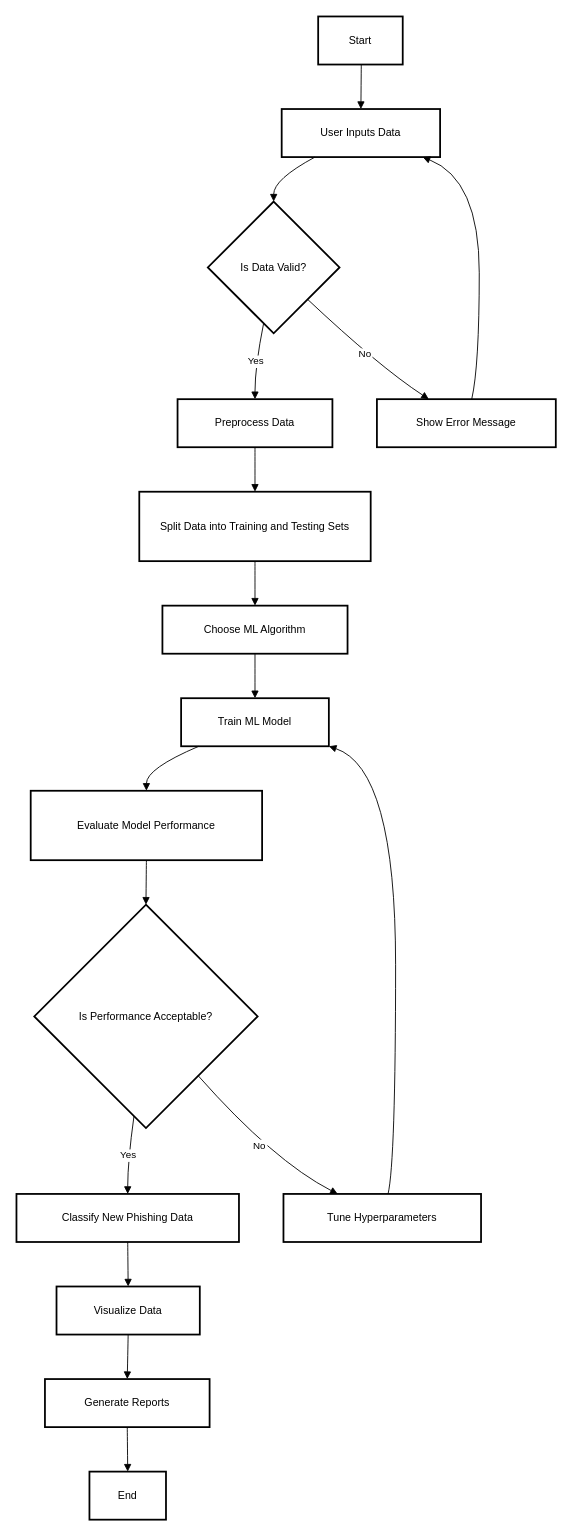
Before: Activity Diagram.drawio in ElyssaR-03/PhishNet, a draw.io diagram. Source tidied: cells renumbered, new cells numbered last; positions are measured from the earlier drawing's top-left corner, leaving out a move shared by most shapes. Both pictures are drawn from the tidied source at 89%, with x=0, y=0 at pixel (16, 16).
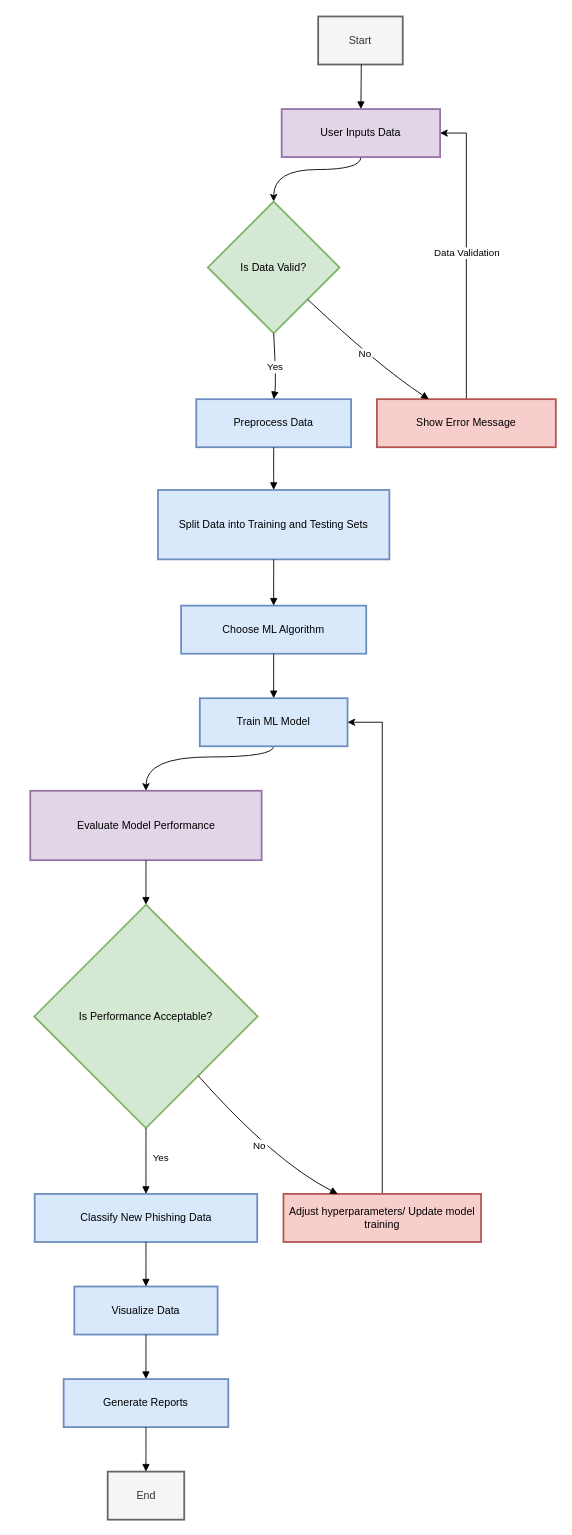
Above is the later version.

What changed in the source:
```diff
@@
-    <mxCell id="2" value="Start" style="whiteSpace=wrap;strokeWidth=2;" parent="1" vertex="1">
+    <mxCell id="2" value="Start" style="whiteSpace=wrap;strokeWidth=2;fillColor=#f5f5f5;fontColor=#333333;strokeColor=#666666;" parent="1" vertex="1">
       <mxGeometry x="339" width="95" height="54" as="geometry" />
     </mxCell>
+    <mxCell id="18" style="edgeStyle=orthogonalEdgeStyle;rounded=0;jettySize=auto;html=1;exitX=0.5;exitY=1;exitDx=0;exitDy=0;entryX=0.5;entryY=0;entryDx=0;entryDy=0;curved=1;" parent="1" edge="1" source="3" target="4">
+      <mxGeometry relative="1" as="geometry">
+        <Array as="points">
+          <mxPoint x="387" y="172" />
+          <mxPoint x="289" y="172" />
+        </Array>
+      </mxGeometry>
+    </mxCell>
-    <mxCell id="3" value="User Inputs Data" style="whiteSpace=wrap;strokeWidth=2;" parent="1" vertex="1">
+    <mxCell id="3" value="User Inputs Data" style="whiteSpace=wrap;strokeWidth=2;fillColor=#e1d5e7;strokeColor=#9673a6;" parent="1" vertex="1">
       <mxGeometry x="298" y="104" width="178" height="54" as="geometry" />
     </mxCell>
-    <mxCell id="4" value="Is Data Valid?" style="rhombus;strokeWidth=2;whiteSpace=wrap;" parent="1" vertex="1">
+    <mxCell id="4" value="Is Data Valid?" style="rhombus;strokeWidth=2;whiteSpace=wrap;fillColor=#d5e8d4;strokeColor=#82b366;" parent="1" vertex="1">
       <mxGeometry x="215" y="208" width="148" height="148" as="geometry" />
     </mxCell>
-    <mxCell id="5" value="Preprocess Data" style="whiteSpace=wrap;strokeWidth=2;" parent="1" vertex="1">
-      <mxGeometry x="181" y="430" width="174" height="54" as="geometry" />
+    <mxCell id="5" value="Preprocess Data" style="whiteSpace=wrap;strokeWidth=2;fillColor=#dae8fc;strokeColor=#6c8ebf;" parent="1" vertex="1">
+      <mxGeometry x="202" y="430" width="174" height="54" as="geometry" />
     </mxCell>
+    <mxCell id="21" value="Data Validation" style="edgeStyle=orthogonalEdgeStyle;rounded=0;jettySize=auto;html=1;exitX=0.5;exitY=0;exitDx=0;exitDy=0;entryX=1;entryY=0.5;entryDx=0;entryDy=0;" parent="1" edge="1" source="6" target="3">
+      <mxGeometry relative="1" as="geometry" />
+    </mxCell>
-    <mxCell id="6" value="Show Error Message" style="whiteSpace=wrap;strokeWidth=2;" parent="1" vertex="1">
+    <mxCell id="6" value="Show Error Message" style="whiteSpace=wrap;strokeWidth=2;fillColor=#f8cecc;strokeColor=#b85450;" parent="1" vertex="1">
       <mxGeometry x="405" y="430" width="201" height="54" as="geometry" />
     </mxCell>
-    <mxCell id="7" value="Split Data into Training and Testing Sets" style="whiteSpace=wrap;strokeWidth=2;" parent="1" vertex="1">
-      <mxGeometry x="138" y="534" width="260" height="78" as="geometry" />
+    <mxCell id="7" value="Split Data into Training and Testing Sets" style="whiteSpace=wrap;strokeWidth=2;fillColor=#dae8fc;strokeColor=#6c8ebf;" parent="1" vertex="1">
+      <mxGeometry x="159" y="532" width="260" height="78" as="geometry" />
     </mxCell>
-    <mxCell id="8" value="Choose ML Algorithm" style="whiteSpace=wrap;strokeWidth=2;" parent="1" vertex="1">
-      <mxGeometry x="164" y="662" width="208" height="54" as="geometry" />
+    <mxCell id="8" value="Choose ML Algorithm" style="whiteSpace=wrap;strokeWidth=2;fillColor=#dae8fc;strokeColor=#6c8ebf;" parent="1" vertex="1">
+      <mxGeometry x="185" y="662" width="208" height="54" as="geometry" />
     </mxCell>
+    <mxCell id="25" style="edgeStyle=orthogonalEdgeStyle;rounded=0;jettySize=auto;html=1;exitX=0.5;exitY=1;exitDx=0;exitDy=0;entryX=0.5;entryY=0;entryDx=0;entryDy=0;curved=1;" parent="1" edge="1" source="9" target="10">
+      <mxGeometry relative="1" as="geometry">
+        <Array as="points">
+          <mxPoint x="289" y="832" />
+          <mxPoint x="146" y="832" />
+        </Array>
+      </mxGeometry>
+    </mxCell>
-    <mxCell id="9" value="Train ML Model" style="whiteSpace=wrap;strokeWidth=2;" parent="1" vertex="1">
-      <mxGeometry x="185" y="766" width="166" height="54" as="geometry" />
+    <mxCell id="9" value="Train ML Model" style="whiteSpace=wrap;strokeWidth=2;fillColor=#dae8fc;strokeColor=#6c8ebf;" parent="1" vertex="1">
+      <mxGeometry x="206" y="766" width="166" height="54" as="geometry" />
     </mxCell>
-    <mxCell id="10" value="Evaluate Model Performance" style="whiteSpace=wrap;strokeWidth=2;" parent="1" vertex="1">
-      <mxGeometry x="16" y="870" width="260" height="78" as="geometry" />
+    <mxCell id="10" value="Evaluate Model Performance" style="whiteSpace=wrap;strokeWidth=2;fillColor=#e1d5e7;strokeColor=#9673a6;" parent="1" vertex="1">
+      <mxGeometry x="15.5" y="870" width="260" height="78" as="geometry" />
     </mxCell>
-    <mxCell id="11" value="Is Performance Acceptable?" style="rhombus;strokeWidth=2;whiteSpace=wrap;" parent="1" vertex="1">
+    <mxCell id="11" value="Is Performance Acceptable?" style="rhombus;strokeWidth=2;whiteSpace=wrap;fillColor=#d5e8d4;strokeColor=#82b366;" parent="1" vertex="1">
       <mxGeometry x="20" y="998" width="251" height="251" as="geometry" />
     </mxCell>
-    <mxCell id="12" value="Classify New Phishing Data" style="whiteSpace=wrap;strokeWidth=2;" parent="1" vertex="1">
-      <mxGeometry y="1323" width="250" height="54" as="geometry" />
+    <mxCell id="12" value="Classify New Phishing Data" style="whiteSpace=wrap;strokeWidth=2;fillColor=#dae8fc;strokeColor=#6c8ebf;" parent="1" vertex="1">
+      <mxGeometry x="20.5" y="1323" width="250" height="54" as="geometry" />
     </mxCell>
+    <mxCell id="29" style="edgeStyle=orthogonalEdgeStyle;rounded=0;jettySize=auto;html=1;exitX=0.5;exitY=0;exitDx=0;exitDy=0;entryX=1;entryY=0.5;entryDx=0;entryDy=0;" parent="1" edge="1" source="13" target="9">
+      <mxGeometry relative="1" as="geometry" />
+    </mxCell>
-    <mxCell id="13" value="Tune Hyperparameters" style="whiteSpace=wrap;strokeWidth=2;" parent="1" vertex="1">
+    <mxCell id="13" value="Adjust hyperparameters/ Update model training" style="whiteSpace=wrap;strokeWidth=2;fillColor=#f8cecc;strokeColor=#b85450;" parent="1" vertex="1">
       <mxGeometry x="300" y="1323" width="222" height="54" as="geometry" />
     </mxCell>
-    <mxCell id="14" value="Visualize Data" style="whiteSpace=wrap;strokeWidth=2;" parent="1" vertex="1">
-      <mxGeometry x="45" y="1427" width="161" height="54" as="geometry" />
+    <mxCell id="14" value="Visualize Data" style="whiteSpace=wrap;strokeWidth=2;fillColor=#dae8fc;strokeColor=#6c8ebf;" parent="1" vertex="1">
+      <mxGeometry x="65" y="1427" width="161" height="54" as="geometry" />
     </mxCell>
-    <mxCell id="15" value="Generate Reports" style="whiteSpace=wrap;strokeWidth=2;" parent="1" vertex="1">
-      <mxGeometry x="32" y="1531" width="185" height="54" as="geometry" />
+    <mxCell id="15" value="Generate Reports" style="whiteSpace=wrap;strokeWidth=2;fillColor=#dae8fc;strokeColor=#6c8ebf;" parent="1" vertex="1">
+      <mxGeometry x="53" y="1531" width="185" height="54" as="geometry" />
     </mxCell>
-    <mxCell id="16" value="End" style="whiteSpace=wrap;strokeWidth=2;" parent="1" vertex="1">
-      <mxGeometry x="82" y="1635" width="86" height="54" as="geometry" />
+    <mxCell id="16" value="End" style="whiteSpace=wrap;strokeWidth=2;fillColor=#f5f5f5;strokeColor=#666666;fontColor=#333333;" parent="1" vertex="1">
+      <mxGeometry x="102.5" y="1635" width="86" height="54" as="geometry" />
     </mxCell>
@@
-    <mxCell id="18" style="curved=1;startArrow=none;endArrow=block;exitX=0.21;exitY=1;entryX=0.5;entryY=0;" parent="1" edge="1" source="3" target="4">
-      <mxGeometry relative="1" as="geometry">
-        <Array as="points">
-          <mxPoint x="289" y="183" />
-        </Array>
-      </mxGeometry>
-    </mxCell>
-    <mxCell id="19" value="Yes" style="curved=1;startArrow=none;endArrow=block;exitX=0.41;exitY=1;entryX=0.5;entryY=0;" parent="1" edge="1" source="4" target="5">
+    <mxCell id="19" value="Yes" style="curved=1;startArrow=none;endArrow=block;exitX=0.5;exitY=1;entryX=0.5;entryY=0;exitDx=0;exitDy=0;" parent="1" edge="1" source="4" target="5">
       <mxGeometry relative="1" as="geometry">
         <Array as="points">
-          <mxPoint x="268" y="393" />
+          <mxPoint x="292" y="412" />
         </Array>
       </mxGeometry>
     </mxCell>
@@
-    <mxCell id="21" style="curved=1;startArrow=none;endArrow=block;exitX=0.53;exitY=0;entryX=0.89;entryY=1;" parent="1" edge="1" source="6" target="3">
-      <mxGeometry relative="1" as="geometry">
-        <Array as="points">
-          <mxPoint x="520" y="393" />
-          <mxPoint x="520" y="183" />
-        </Array>
-      </mxGeometry>
-    </mxCell>
@@
-    <mxCell id="25" style="curved=1;startArrow=none;endArrow=block;exitX=0.12;exitY=1;entryX=0.5;entryY=0;" parent="1" edge="1" source="9" target="10">
-      <mxGeometry relative="1" as="geometry">
-        <Array as="points">
-          <mxPoint x="146" y="845" />
-        </Array>
-      </mxGeometry>
-    </mxCell>
@@
-    <mxCell id="27" value="Yes" style="curved=1;startArrow=none;endArrow=block;exitX=0.44;exitY=1;entryX=0.5;entryY=-0.01;" parent="1" edge="1" source="11" target="12">
-      <mxGeometry relative="1" as="geometry">
-        <Array as="points">
-          <mxPoint x="125" y="1286" />
-        </Array>
-      </mxGeometry>
+    <mxCell id="27" value="Yes" style="curved=1;startArrow=none;endArrow=block;exitX=0.5;exitY=1;entryX=0.5;entryY=-0.01;exitDx=0;exitDy=0;" parent="1" edge="1" source="11" target="12">
+      <mxGeometry x="-0.11" y="17" relative="1" as="geometry" />
     </mxCell>
@@
-    <mxCell id="29" style="curved=1;startArrow=none;endArrow=block;exitX=0.53;exitY=-0.01;entryX=1;entryY=1;" parent="1" edge="1" source="13" target="9">
-      <mxGeometry relative="1" as="geometry">
-        <Array as="points">
-          <mxPoint x="426" y="1286" />
-          <mxPoint x="426" y="845" />
-        </Array>
-      </mxGeometry>
-    </mxCell>
```
